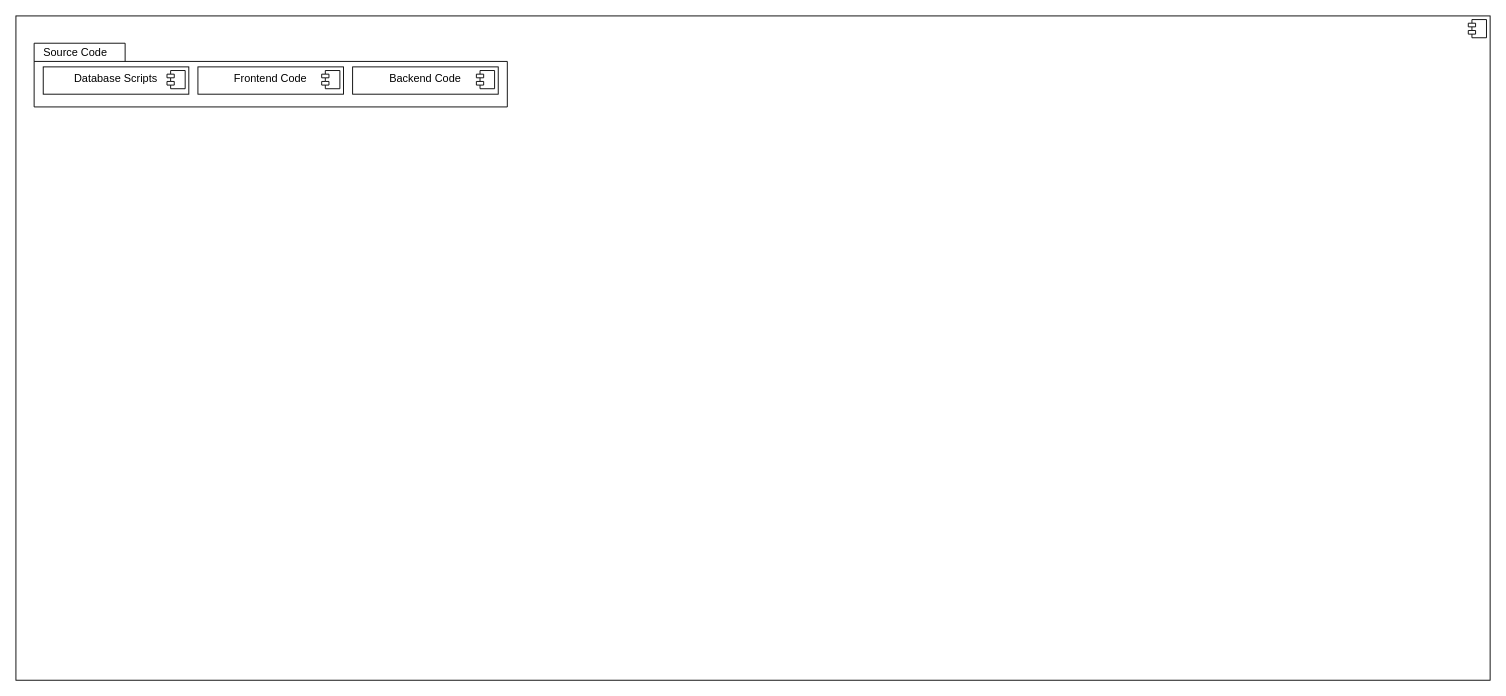
Harshul1484/BMP- keeps this draw.io diagram as compent diagram.drawio. Above is the earlier version. Source tidied: cells renumbered, new cells numbered last; positions are measured from the earlier drawing's top-left corner, leaving out a move shared by most shapes. Both pictures are drawn from the tidied source at 91%, with x=0, y=0 at pixel (15, 15).
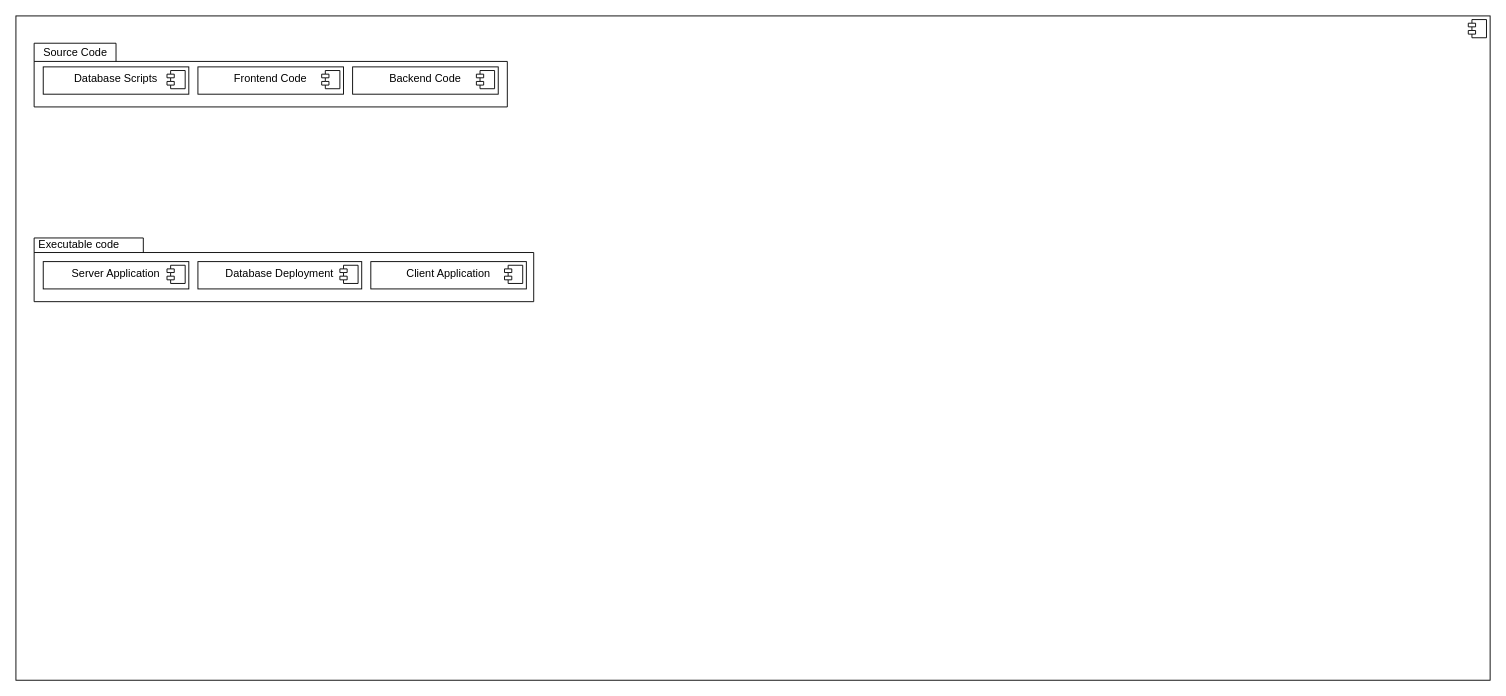
The same diagram, later.

The change refers to these unchanged cells:
```xml
<mxCell id="4" style="group;" parent="1" vertex="1">
  <mxGeometry x="20" y="26" width="520" height="74" as="geometry" />
</mxCell>
```

Diff of the diagram source:
```diff
@@
-    <mxCell id="5" style="shape=folder;fontStyle=1;spacingTop=10;tabWidth=100;tabHeight=20;tabPosition=left;html=1;whiteSpace=wrap;" parent="4" vertex="1">
+    <mxCell id="5" style="shape=folder;fontStyle=1;spacingTop=10;tabWidth=90;tabHeight=20;tabPosition=left;html=1;whiteSpace=wrap;" parent="4" vertex="1">
       <mxGeometry y="4" width="520" height="70" as="geometry" />
     </mxCell>
@@
+    <mxCell id="13" style="group;" parent="1" vertex="1">
+      <mxGeometry x="20" y="240" width="570" height="74" as="geometry" />
+    </mxCell>
+    <mxCell id="14" style="shape=folder;fontStyle=1;spacingTop=10;tabWidth=120;tabHeight=16;tabPosition=left;html=1;whiteSpace=wrap;" parent="13" vertex="1">
+      <mxGeometry y="4" width="549" height="70" as="geometry" />
+    </mxCell>
+    <mxCell id="15" value="Executable code" style="text;html=1;align=center;verticalAlign=middle;strokeColor=none;fillColor=none;" parent="13" vertex="1">
+      <mxGeometry x="-6.4" y="-3" width="110" height="30" as="geometry" />
+    </mxCell>
+    <mxCell id="16" value="&lt;p style=&quot;margin:0px;margin-top:6px;text-align:center;&quot;&gt;&lt;span style=&quot;background-color: initial;&quot;&gt;Client Application&lt;/span&gt;&lt;br&gt;&lt;/p&gt;" style="align=left;overflow=fill;html=1;whiteSpace=wrap;" parent="13" vertex="1">
+      <mxGeometry x="370" y="30" width="170.9" height="30" as="geometry" />
+    </mxCell>
+    <mxCell id="17" style="shape=component;jettyWidth=8;jettyHeight=4;" parent="16" vertex="1">
+      <mxGeometry x="1" width="20" height="20" relative="1" as="geometry">
+        <mxPoint x="-24" y="4" as="offset" />
+      </mxGeometry>
+    </mxCell>
+    <mxCell id="18" value="&lt;p style=&quot;margin:0px;margin-top:6px;text-align:center;&quot;&gt;&lt;span style=&quot;background-color: initial;&quot;&gt;Server Application&lt;/span&gt;&lt;br&gt;&lt;/p&gt;" style="align=left;overflow=fill;html=1;whiteSpace=wrap;" parent="1" vertex="1">
+      <mxGeometry x="30" y="270" width="160" height="30" as="geometry" />
+    </mxCell>
+    <mxCell id="19" style="shape=component;jettyWidth=8;jettyHeight=4;" parent="18" vertex="1">
+      <mxGeometry x="1" width="20" height="20" relative="1" as="geometry">
+        <mxPoint x="-24" y="4" as="offset" />
+      </mxGeometry>
+    </mxCell>
+    <mxCell id="20" value="&lt;p style=&quot;margin:0px;margin-top:6px;text-align:center;&quot;&gt;&lt;span style=&quot;background-color: initial;&quot;&gt;Database Deployment&lt;/span&gt;&lt;br&gt;&lt;/p&gt;" style="align=left;overflow=fill;html=1;whiteSpace=wrap;" parent="1" vertex="1">
+      <mxGeometry x="200" y="270" width="180" height="30" as="geometry" />
+    </mxCell>
+    <mxCell id="21" style="shape=component;jettyWidth=8;jettyHeight=4;" parent="20" vertex="1">
+      <mxGeometry x="1" width="20" height="20" relative="1" as="geometry">
+        <mxPoint x="-24" y="4" as="offset" />
+      </mxGeometry>
+    </mxCell>
```
